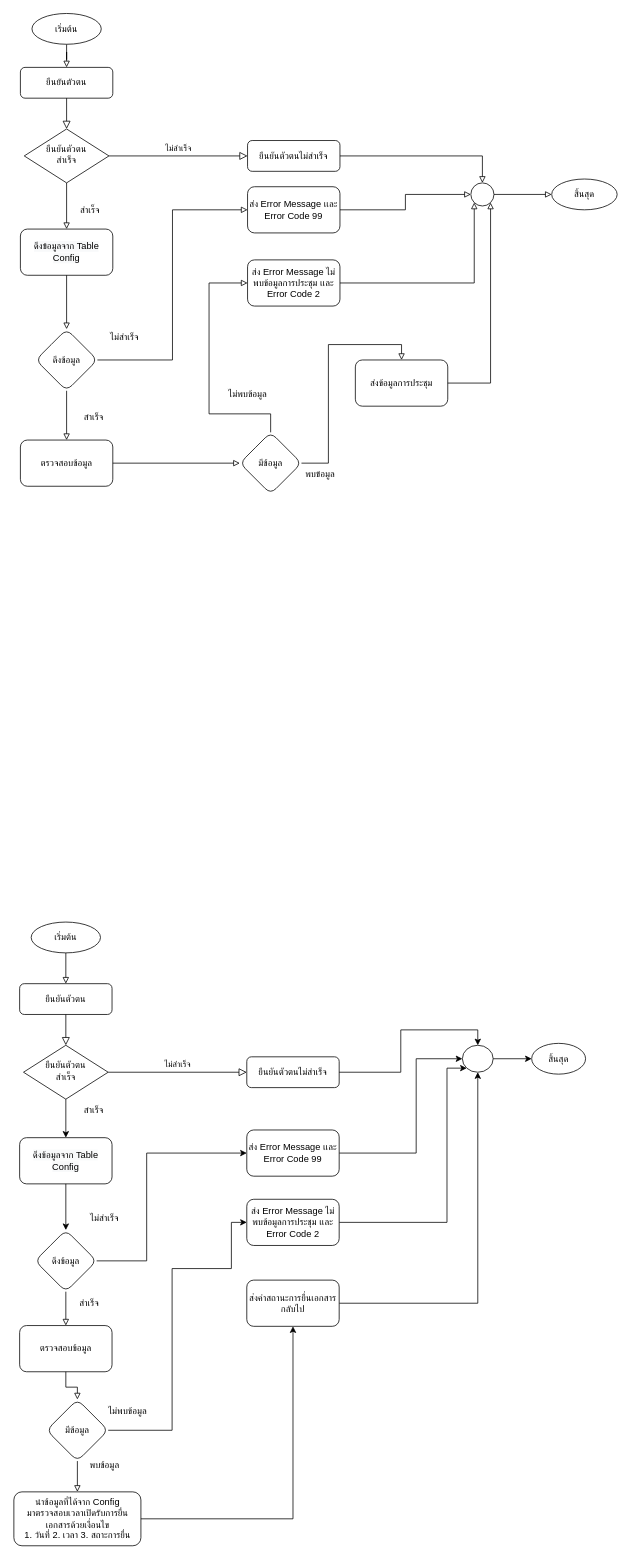
This is แบบแผนที่ยังไม่ได้ตั้งชื่อ.drawio from charifrodmanee/charifrodmanee, a draw.io file, before an edit. Source tidied: cells renumbered, new cells numbered last; positions are measured from the earlier drawing's top-left corner, leaving out a move shared by most shapes. Both pictures are drawn from the tidied source at 77%, with x=0, y=0 at pixel (14, 13).
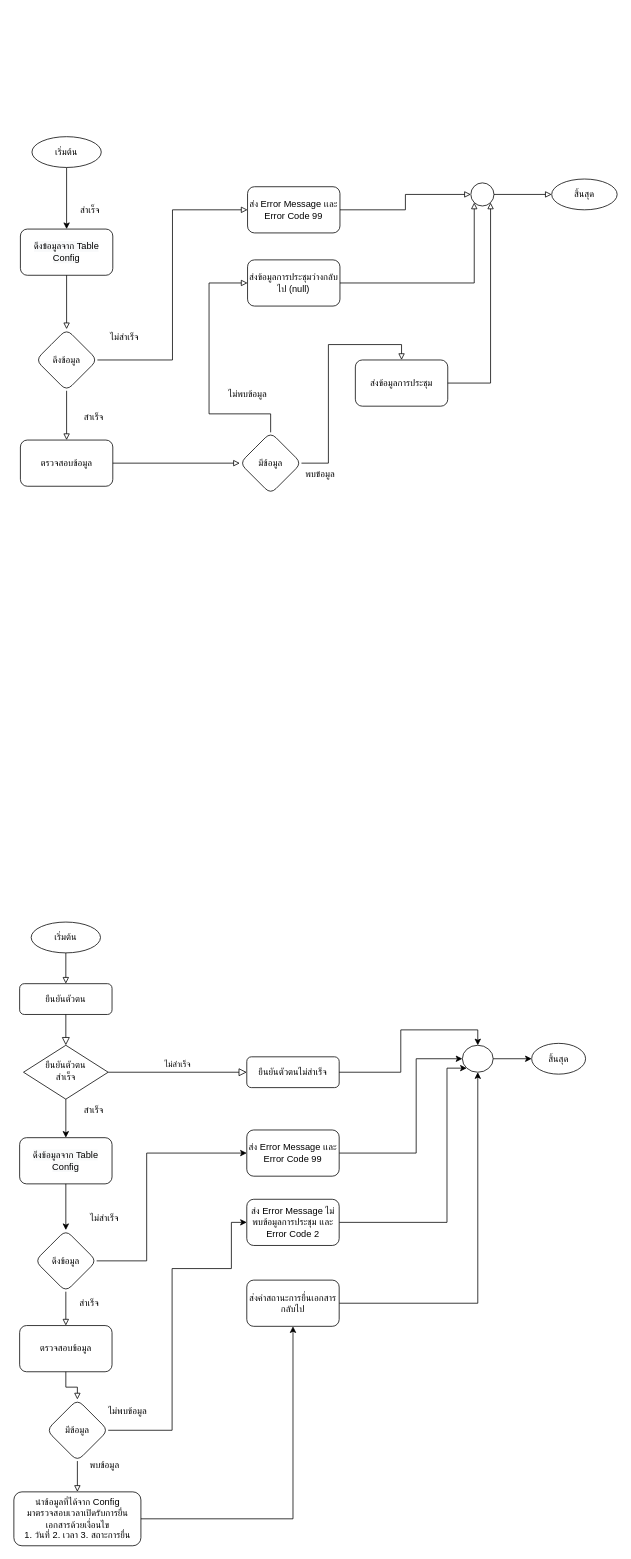
After the change.

The change refers to these unchanged cells:
```xml
<mxCell id="2" style="group;" parent="1" vertex="1">
  <mxGeometry x="8" width="775" height="624" as="geometry" />
</mxCell>
<mxCell id="11" value="&lt;span style=&quot;color: rgb(0, 0, 0); font-family: Helvetica; font-size: 12px; font-style: normal; font-variant-ligatures: normal; font-variant-caps: normal; font-weight: 400; letter-spacing: normal; orphans: 2; text-align: center; text-indent: 0px; text-transform: none; widows: 2; word-spacing: 0px; -webkit-text-stroke-width: 0px; background-color: rgb(248, 249, 250); text-decoration-thickness: initial; text-decoration-style: initial; text-decoration-color: initial; float: none; display: inline !important;&quot;&gt;ดึงข้อมูลจาก Table&lt;/span&gt;&lt;br style=&quot;color: rgb(0, 0, 0); font-family: Helvetica; font-size: 12px; font-style: normal; font-variant-ligatures: normal; font-variant-caps: normal; font-weight: 400; letter-spacing: normal; orphans: 2; text-align: center; text-indent: 0px; text-transform: none; widows: 2; word-spacing: 0px; -webkit-text-stroke-width: 0px; background-color: rgb(248, 249, 250); text-decoration-thickness: initial; text-decoration-style: initial; text-decoration-color: initial;&quot;&gt;&lt;span style=&quot;color: rgb(0, 0, 0); font-family: Helvetica; font-size: 12px; font-style: normal; font-variant-ligatures: normal; font-variant-caps: normal; font-weight: 400; letter-spacing: normal; orphans: 2; text-align: center; text-indent: 0px; text-transform: none; widows: 2; word-spacing: 0px; -webkit-text-stroke-width: 0px; background-color: rgb(248, 249, 250); text-decoration-thickness: initial; text-decoration-style: initial; text-decoration-color: initial; float: none; display: inline !important;&quot;&gt;Config&lt;/span&gt;" style="rounded=1;whiteSpace=wrap;html=1;" parent="2" vertex="1">
  <mxGeometry y="280" width="120" height="60" as="geometry" />
</mxCell>
<mxCell id="31" style="ellipse;whiteSpace=wrap;html=1;" parent="2" vertex="1">
  <mxGeometry x="585" y="220" width="30" height="30" as="geometry" />
</mxCell>
```

What changed in the source:
```diff
@@
-    <mxCell id="3" value="ยืนยันตัวตน" style="rounded=1;whiteSpace=wrap;html=1;fontSize=12;glass=0;strokeWidth=1;shadow=0;" parent="2" vertex="1">
-      <mxGeometry y="70" width="120" height="40" as="geometry" />
-    </mxCell>
-    <mxCell id="4" value="ยืนยันตัวตน&lt;br&gt;สำเร็จ" style="rhombus;whiteSpace=wrap;html=1;shadow=0;fontFamily=Helvetica;fontSize=12;align=center;strokeWidth=1;spacing=6;spacingTop=-4;" parent="2" vertex="1">
-      <mxGeometry x="5" y="150" width="110" height="70" as="geometry" />
-    </mxCell>
-    <mxCell id="5" style="rounded=0;html=1;jettySize=auto;fontSize=11;endArrow=block;endFill=0;endSize=8;strokeWidth=1;shadow=0;labelBackgroundColor=none;edgeStyle=orthogonalEdgeStyle;" parent="2" edge="1" source="3" target="4">
-      <mxGeometry relative="1" as="geometry" />
-    </mxCell>
-    <mxCell id="6" value="ยืนยันตัวตนไม่สำเร็จ" style="rounded=1;whiteSpace=wrap;html=1;fontSize=12;glass=0;strokeWidth=1;shadow=0;" parent="2" vertex="1">
-      <mxGeometry x="295" y="165" width="120" height="40" as="geometry" />
-    </mxCell>
-    <mxCell id="7" value="ไม่สำเร็จ" style="edgeStyle=orthogonalEdgeStyle;rounded=0;html=1;jettySize=auto;fontSize=11;endArrow=block;endFill=0;endSize=8;strokeWidth=1;shadow=0;labelBackgroundColor=none;" parent="2" edge="1" source="4" target="6">
-      <mxGeometry y="10" relative="1" as="geometry" />
-    </mxCell>
-    <mxCell id="8" style="edgeStyle=orthogonalEdgeStyle;rounded=0;jettySize=auto;html=1;endArrow=block;endFill=0;" parent="2" edge="1" source="9" target="3">
-      <mxGeometry relative="1" as="geometry" />
-    </mxCell>
+    <mxCell id="72" style="edgeStyle=orthogonalEdgeStyle;rounded=0;jettySize=auto;html=1;entryX=0.5;entryY=0;entryDx=0;entryDy=0;" parent="2" edge="1" source="9" target="11">
+      <mxGeometry relative="1" as="geometry" />
+    </mxCell>
     <mxCell id="9" value="เริ่มต้น" style="ellipse;whiteSpace=wrap;html=1;rounded=1;glass=0;strokeWidth=1;shadow=0;" parent="2" vertex="1">
-      <mxGeometry x="15" width="90" height="40" as="geometry" />
+      <mxGeometry x="15" y="160" width="90" height="40" as="geometry" />
     </mxCell>
@@
-    <mxCell id="12" style="edgeStyle=orthogonalEdgeStyle;rounded=0;jettySize=auto;html=1;entryX=0.5;entryY=0;entryDx=0;entryDy=0;endArrow=block;endFill=0;" parent="2" edge="1" source="4" target="11">
-      <mxGeometry relative="1" as="geometry" />
-    </mxCell>
@@
-    <mxCell id="24" value="ส่ง Error Message ไม่พบข้อมูลการประชุม เเละ Error Code 2" style="whiteSpace=wrap;html=1;rounded=1;" parent="2" vertex="1">
+    <mxCell id="24" value="ส่งข้อมูลการประชุมว่างกลับไป (null)" style="whiteSpace=wrap;html=1;rounded=1;" parent="2" vertex="1">
       <mxGeometry x="295" y="320" width="120" height="60" as="geometry" />
     </mxCell>
@@
-    <mxCell id="32" style="edgeStyle=orthogonalEdgeStyle;rounded=0;jettySize=auto;html=1;endArrow=block;endFill=0;entryX=0.5;entryY=0;entryDx=0;entryDy=0;" parent="2" edge="1" source="6" target="31">
-      <mxGeometry relative="1" as="geometry" />
-    </mxCell>
```
